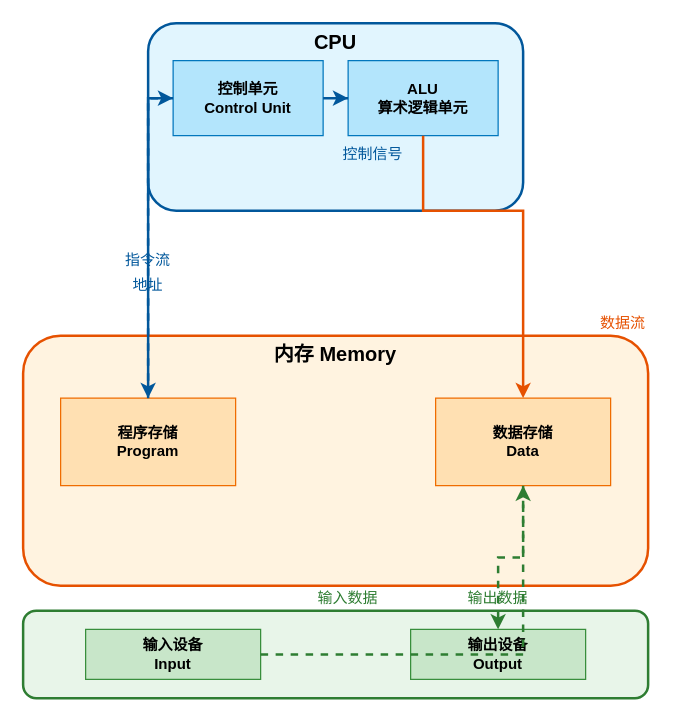
vex-rune/digital-circuit keeps this draw.io diagram as 05_手搓计算机/architecture.drawio. Above is the earlier version. Source tidied: cells renumbered, new cells numbered last; positions are measured from the earlier drawing's top-left corner, leaving out a move shared by most shapes. Both pictures are drawn from the tidied source at 125%, with x=0, y=0 at pixel (22, 22).
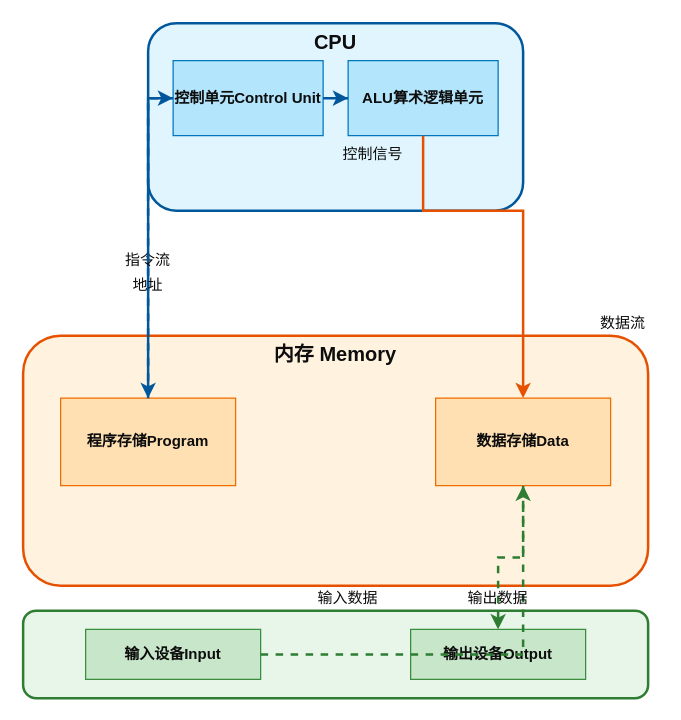
The same page after the edit.

What changed in the source:
```diff
@@
-    <mxCell id="2" style="rounded=1;whiteSpace=wrap;html=1;fillColor=#e1f5fe;strokeColor=#01579b;strokeWidth=2;" parent="1" vertex="1">
+    <mxCell id="2" style="rounded=1;whiteSpace=wrap;fillColor=#e1f5fe;strokeColor=#01579b;strokeWidth=2;fontColor=#0D0D0D;" parent="1" vertex="1">
       <mxGeometry x="100" width="300" height="150" as="geometry" />
     </mxCell>
-    <mxCell id="3" value="控制单元&#10;Control Unit" style="rounded=0;whiteSpace=wrap;html=1;fillColor=#b3e5fc;strokeColor=#0277bd;fontStyle=1;" parent="1" vertex="1">
+    <mxCell id="3" value="控制单元Control Unit" style="rounded=0;whiteSpace=wrap;fillColor=#b3e5fc;strokeColor=#0277bd;fontStyle=1;fontColor=#0D0D0D;" parent="1" vertex="1">
       <mxGeometry x="120" y="30" width="120" height="60" as="geometry" />
     </mxCell>
-    <mxCell id="4" value="ALU&#10;算术逻辑单元" style="rounded=0;whiteSpace=wrap;html=1;fillColor=#b3e5fc;strokeColor=#0277bd;fontStyle=1;" parent="1" vertex="1">
+    <mxCell id="4" value="ALU算术逻辑单元" style="rounded=0;whiteSpace=wrap;fillColor=#b3e5fc;strokeColor=#0277bd;fontStyle=1;fontColor=#0D0D0D;" parent="1" vertex="1">
       <mxGeometry x="260" y="30" width="120" height="60" as="geometry" />
     </mxCell>
-    <mxCell id="5" value="CPU" style="text;html=1;strokeColor=none;fillColor=none;align=center;verticalAlign=middle;whiteSpace=wrap;rounded=0;fontSize=16;fontStyle=1;" parent="1" vertex="1">
+    <mxCell id="5" value="CPU" style="text;strokeColor=none;fillColor=none;align=center;verticalAlign=middle;whiteSpace=wrap;rounded=0;fontSize=16;fontStyle=1;fontColor=#0D0D0D;" parent="1" vertex="1">
       <mxGeometry x="220" y="5" width="60" height="20" as="geometry" />
     </mxCell>
-    <mxCell id="6" style="rounded=1;whiteSpace=wrap;html=1;fillColor=#fff3e0;strokeColor=#e65100;strokeWidth=2;" parent="1" vertex="1">
+    <mxCell id="6" style="rounded=1;whiteSpace=wrap;fillColor=#fff3e0;strokeColor=#e65100;strokeWidth=2;fontColor=#0D0D0D;" parent="1" vertex="1">
       <mxGeometry y="250" width="500" height="200" as="geometry" />
     </mxCell>
-    <mxCell id="7" value="内存 Memory" style="text;html=1;strokeColor=none;fillColor=none;align=center;verticalAlign=middle;whiteSpace=wrap;rounded=0;fontSize=16;fontStyle=1;" parent="1" vertex="1">
+    <mxCell id="7" value="内存 Memory" style="text;strokeColor=none;fillColor=none;align=center;verticalAlign=middle;whiteSpace=wrap;rounded=0;fontSize=16;fontStyle=1;fontColor=#0D0D0D;" parent="1" vertex="1">
       <mxGeometry x="200" y="255" width="100" height="20" as="geometry" />
     </mxCell>
-    <mxCell id="8" value="程序存储&#10;Program" style="rounded=0;whiteSpace=wrap;html=1;fillColor=#ffe0b2;strokeColor=#ef6c00;fontStyle=1;" parent="1" vertex="1">
+    <mxCell id="8" value="程序存储Program" style="rounded=0;whiteSpace=wrap;fillColor=#ffe0b2;strokeColor=#ef6c00;fontStyle=1;fontColor=#0D0D0D;" parent="1" vertex="1">
       <mxGeometry x="30" y="300" width="140" height="70" as="geometry" />
     </mxCell>
-    <mxCell id="9" value="数据存储&#10;Data" style="rounded=0;whiteSpace=wrap;html=1;fillColor=#ffe0b2;strokeColor=#ef6c00;fontStyle=1;" parent="1" vertex="1">
+    <mxCell id="9" value="数据存储Data" style="rounded=0;whiteSpace=wrap;fillColor=#ffe0b2;strokeColor=#ef6c00;fontStyle=1;fontColor=#0D0D0D;" parent="1" vertex="1">
       <mxGeometry x="330" y="300" width="140" height="70" as="geometry" />
     </mxCell>
-    <mxCell id="10" style="rounded=1;whiteSpace=wrap;html=1;fillColor=#e8f5e9;strokeColor=#2e7d32;strokeWidth=2;" parent="1" vertex="1">
+    <mxCell id="10" style="rounded=1;whiteSpace=wrap;fillColor=#e8f5e9;strokeColor=#2e7d32;strokeWidth=2;fontColor=#0D0D0D;" parent="1" vertex="1">
       <mxGeometry y="470" width="500" height="70" as="geometry" />
     </mxCell>
-    <mxCell id="11" value="输入设备&#10;Input" style="rounded=0;whiteSpace=wrap;html=1;fillColor=#c8e6c9;strokeColor=#388e3c;fontStyle=1;" parent="1" vertex="1">
+    <mxCell id="11" value="输入设备Input" style="rounded=0;whiteSpace=wrap;fillColor=#c8e6c9;strokeColor=#388e3c;fontStyle=1;fontColor=#0D0D0D;" parent="1" vertex="1">
       <mxGeometry x="50" y="485" width="140" height="40" as="geometry" />
     </mxCell>
-    <mxCell id="12" value="输出设备&#10;Output" style="rounded=0;whiteSpace=wrap;html=1;fillColor=#c8e6c9;strokeColor=#388e3c;fontStyle=1;" parent="1" vertex="1">
+    <mxCell id="12" value="输出设备Output" style="rounded=0;whiteSpace=wrap;fillColor=#c8e6c9;strokeColor=#388e3c;fontStyle=1;fontColor=#0D0D0D;" parent="1" vertex="1">
       <mxGeometry x="310" y="485" width="140" height="40" as="geometry" />
     </mxCell>
-    <mxCell id="13" style="edgeStyle=orthogonalEdgeStyle;rounded=0;jettySize=auto;html=1;strokeWidth=2;strokeColor=#01579b;endArrow=classic;endFill=1;" parent="1" edge="1" source="8" target="3">
+    <mxCell id="13" style="edgeStyle=orthogonalEdgeStyle;rounded=0;jettySize=auto;strokeWidth=2;strokeColor=#01579b;endArrow=classic;endFill=1;fontColor=#0D0D0D;" parent="1" edge="1" source="8" target="3">
       <mxGeometry relative="1" as="geometry">
         <Array as="points">
           <mxPoint x="100" y="335" />
           <mxPoint x="100" y="60" />
         </Array>
       </mxGeometry>
     </mxCell>
-    <mxCell id="14" value="指令流" style="text;html=1;strokeColor=none;fillColor=none;align=center;verticalAlign=middle;whiteSpace=wrap;rounded=0;fontSize=12;fontColor=#01579b;" parent="1" vertex="1">
+    <mxCell id="14" value="指令流" style="text;strokeColor=none;fillColor=none;align=center;verticalAlign=middle;whiteSpace=wrap;rounded=0;fontSize=12;fontColor=#0D0D0D;" parent="1" vertex="1">
       <mxGeometry x="70" y="180" width="60" height="20" as="geometry" />
     </mxCell>
-    <mxCell id="15" style="edgeStyle=orthogonalEdgeStyle;rounded=0;jettySize=auto;html=1;strokeWidth=2;strokeColor=#01579b;endArrow=classic;endFill=1;dashed=1;" parent="1" edge="1" source="3" target="8">
+    <mxCell id="15" style="edgeStyle=orthogonalEdgeStyle;rounded=0;jettySize=auto;strokeWidth=2;strokeColor=#01579b;endArrow=classic;endFill=1;dashed=1;fontColor=#0D0D0D;" parent="1" edge="1" source="3" target="8">
       <mxGeometry relative="1" as="geometry">
         <Array as="points">
           <mxPoint x="100" y="60" />
           <mxPoint x="100" y="335" />
         </Array>
       </mxGeometry>
     </mxCell>
-    <mxCell id="16" value="地址" style="text;html=1;strokeColor=none;fillColor=none;align=center;verticalAlign=middle;whiteSpace=wrap;rounded=0;fontSize=12;fontColor=#01579b;" parent="1" vertex="1">
+    <mxCell id="16" value="地址" style="text;strokeColor=none;fillColor=none;align=center;verticalAlign=middle;whiteSpace=wrap;rounded=0;fontSize=12;fontColor=#0D0D0D;" parent="1" vertex="1">
       <mxGeometry x="70" y="200" width="60" height="20" as="geometry" />
     </mxCell>
-    <mxCell id="17" style="edgeStyle=orthogonalEdgeStyle;rounded=0;jettySize=auto;html=1;strokeWidth=2;strokeColor=#01579b;endArrow=classic;endFill=1;" parent="1" edge="1" source="3" target="4">
+    <mxCell id="17" style="edgeStyle=orthogonalEdgeStyle;rounded=0;jettySize=auto;strokeWidth=2;strokeColor=#01579b;endArrow=classic;endFill=1;fontColor=#0D0D0D;" parent="1" edge="1" source="3" target="4">
       <mxGeometry relative="1" as="geometry" />
     </mxCell>
-    <mxCell id="18" value="控制信号" style="text;html=1;strokeColor=none;fillColor=none;align=center;verticalAlign=middle;whiteSpace=wrap;rounded=0;fontSize=12;fontColor=#01579b;" parent="1" vertex="1">
+    <mxCell id="18" value="控制信号" style="text;strokeColor=none;fillColor=none;align=center;verticalAlign=middle;whiteSpace=wrap;rounded=0;fontSize=12;fontColor=#0D0D0D;" parent="1" vertex="1">
       <mxGeometry x="250" y="95" width="60" height="20" as="geometry" />
     </mxCell>
-    <mxCell id="19" style="edgeStyle=orthogonalEdgeStyle;rounded=0;jettySize=auto;html=1;strokeWidth=2;strokeColor=#e65100;endArrow=classic;endFill=1;" parent="1" edge="1" source="4" target="9">
+    <mxCell id="19" style="edgeStyle=orthogonalEdgeStyle;rounded=0;jettySize=auto;strokeWidth=2;strokeColor=#e65100;endArrow=classic;endFill=1;fontColor=#0D0D0D;" parent="1" edge="1" source="4" target="9">
       <mxGeometry relative="1" as="geometry">
         <Array as="points">
           <mxPoint x="400" y="150" />
           <mxPoint x="400" y="335" />
         </Array>
       </mxGeometry>
     </mxCell>
-    <mxCell id="20" value="数据流" style="text;html=1;strokeColor=none;fillColor=none;align=center;verticalAlign=middle;whiteSpace=wrap;rounded=0;fontSize=12;fontColor=#e65100;" parent="1" vertex="1">
+    <mxCell id="20" value="数据流" style="text;strokeColor=none;fillColor=none;align=center;verticalAlign=middle;whiteSpace=wrap;rounded=0;fontSize=12;fontColor=#0D0D0D;" parent="1" vertex="1">
       <mxGeometry x="450" y="230" width="60" height="20" as="geometry" />
     </mxCell>
-    <mxCell id="21" style="edgeStyle=orthogonalEdgeStyle;rounded=0;jettySize=auto;html=1;strokeWidth=2;strokeColor=#2e7d32;endArrow=classic;endFill=1;dashed=1;" parent="1" edge="1" source="11" target="9">
+    <mxCell id="21" style="edgeStyle=orthogonalEdgeStyle;rounded=0;jettySize=auto;strokeWidth=2;strokeColor=#2e7d32;endArrow=classic;endFill=1;dashed=1;fontColor=#0D0D0D;" parent="1" edge="1" source="11" target="9">
       <mxGeometry relative="1" as="geometry" />
     </mxCell>
-    <mxCell id="22" value="输入数据" style="text;html=1;strokeColor=none;fillColor=none;align=center;verticalAlign=middle;whiteSpace=wrap;rounded=0;fontSize=12;fontColor=#2e7d32;" parent="1" vertex="1">
+    <mxCell id="22" value="输入数据" style="text;strokeColor=none;fillColor=none;align=center;verticalAlign=middle;whiteSpace=wrap;rounded=0;fontSize=12;fontColor=#0D0D0D;" parent="1" vertex="1">
       <mxGeometry x="230" y="450" width="60" height="20" as="geometry" />
     </mxCell>
-    <mxCell id="23" style="edgeStyle=orthogonalEdgeStyle;rounded=0;jettySize=auto;html=1;strokeWidth=2;strokeColor=#2e7d32;endArrow=classic;endFill=1;dashed=1;" parent="1" edge="1" source="9" target="12">
+    <mxCell id="23" style="edgeStyle=orthogonalEdgeStyle;rounded=0;jettySize=auto;strokeWidth=2;strokeColor=#2e7d32;endArrow=classic;endFill=1;dashed=1;fontColor=#0D0D0D;" parent="1" edge="1" source="9" target="12">
       <mxGeometry relative="1" as="geometry" />
     </mxCell>
-    <mxCell id="24" value="输出数据" style="text;html=1;strokeColor=none;fillColor=none;align=center;verticalAlign=middle;whiteSpace=wrap;rounded=0;fontSize=12;fontColor=#2e7d32;" parent="1" vertex="1">
+    <mxCell id="24" value="输出数据" style="text;strokeColor=none;fillColor=none;align=center;verticalAlign=middle;whiteSpace=wrap;rounded=0;fontSize=12;fontColor=#0D0D0D;" parent="1" vertex="1">
       <mxGeometry x="350" y="450" width="60" height="20" as="geometry" />
     </mxCell>
```
